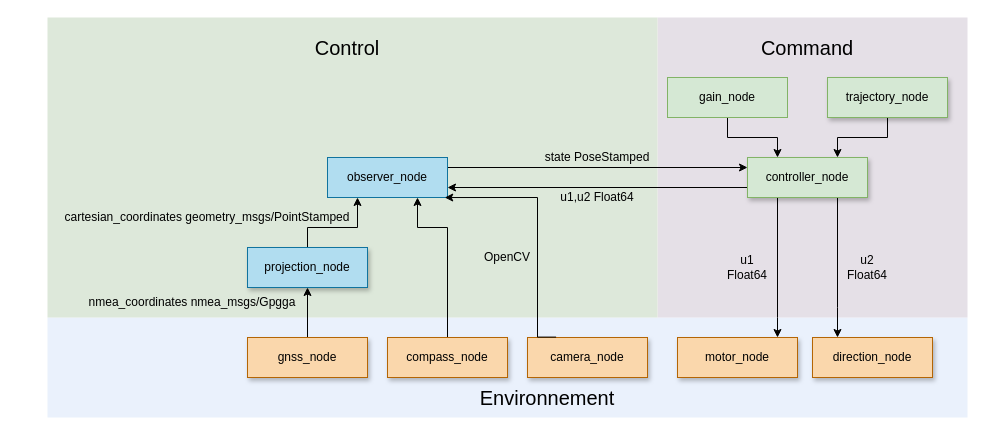
Above: doc/kart.drawio in Jules-Berhault/kart (draw.io), before the change. Source tidied: cells renumbered, new cells numbered last; positions are measured from the earlier drawing's top-left corner, leaving out a move shared by most shapes. Both pictures are drawn from the tidied source at 100%, with x=0, y=0 at pixel (47, 17).
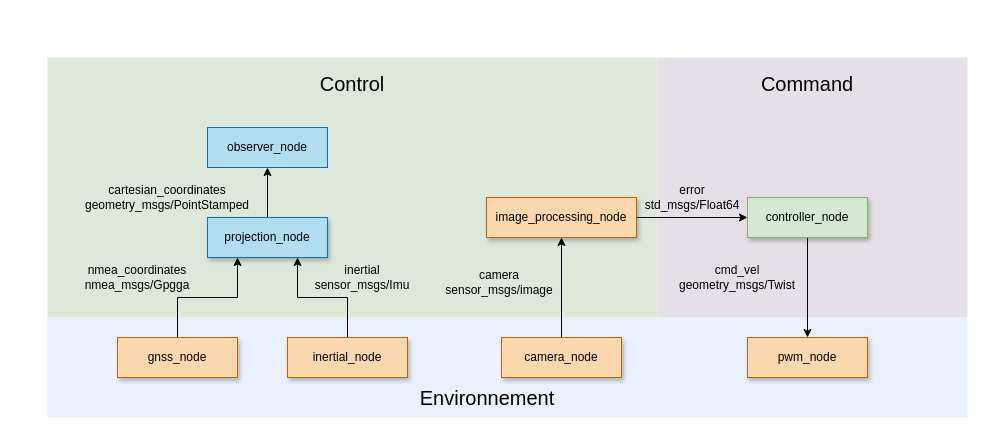
The same diagram, later.

Commit message (it also covers changes not shown here):
Updating the node graph on draw.io and adding an image for the report

Change to the diagram source:
```diff
@@
     <mxCell id="3" style="rounded=0;whiteSpace=wrap;html=1;fillColor=#E5E0E7;strokeColor=none;" parent="1" vertex="1">
-      <mxGeometry x="610" width="310" height="300" as="geometry" />
+      <mxGeometry x="610" y="40" width="310" height="260" as="geometry" />
     </mxCell>
     <mxCell id="4" style="rounded=0;whiteSpace=wrap;html=1;fillColor=#DDE8DA;strokeColor=none;" parent="1" vertex="1">
-      <mxGeometry width="610" height="300" as="geometry" />
+      <mxGeometry y="40" width="610" height="260" as="geometry" />
     </mxCell>
-    <mxCell id="5" style="edgeStyle=orthogonalEdgeStyle;rounded=0;jettySize=auto;html=1;exitX=0.5;exitY=0;exitDx=0;exitDy=0;entryX=0.75;entryY=1;entryDx=0;entryDy=0;" parent="1" edge="1" source="6" target="12">
-      <mxGeometry relative="1" as="geometry">
-        <Array as="points">
-          <mxPoint x="400" y="210" />
-          <mxPoint x="370" y="210" />
-        </Array>
-      </mxGeometry>
-    </mxCell>
+    <mxCell id="35" style="edgeStyle=orthogonalEdgeStyle;rounded=0;jettySize=auto;html=1;exitX=0.5;exitY=0;exitDx=0;exitDy=0;entryX=0.75;entryY=1;entryDx=0;entryDy=0;" parent="1" edge="1" source="6" target="10">
+      <mxGeometry relative="1" as="geometry" />
+    </mxCell>
-    <mxCell id="6" value="compass_node" style="rounded=0;whiteSpace=wrap;html=1;fillColor=#fad7ac;strokeColor=#b46504;shadow=1;" parent="1" vertex="1">
-      <mxGeometry x="340" y="320" width="120" height="40" as="geometry" />
+    <mxCell id="6" value="inertial_node" style="rounded=0;whiteSpace=wrap;html=1;fillColor=#fad7ac;strokeColor=#b46504;shadow=1;" parent="1" vertex="1">
+      <mxGeometry x="240" y="320" width="120" height="40" as="geometry" />
     </mxCell>
-    <mxCell id="7" style="edgeStyle=orthogonalEdgeStyle;rounded=0;jettySize=auto;html=1;exitX=0.5;exitY=0;exitDx=0;exitDy=0;entryX=0.5;entryY=1;entryDx=0;entryDy=0;" parent="1" edge="1" source="8" target="10">
+    <mxCell id="7" style="edgeStyle=orthogonalEdgeStyle;rounded=0;jettySize=auto;html=1;exitX=0.5;exitY=0;exitDx=0;exitDy=0;entryX=0.25;entryY=1;entryDx=0;entryDy=0;" parent="1" edge="1" source="8" target="10">
       <mxGeometry relative="1" as="geometry" />
     </mxCell>
     <mxCell id="8" value="gnss_node" style="rounded=0;whiteSpace=wrap;html=1;fillColor=#fad7ac;strokeColor=#b46504;shadow=1;" parent="1" vertex="1">
-      <mxGeometry x="200" y="320" width="120" height="40" as="geometry" />
+      <mxGeometry x="70" y="320" width="120" height="40" as="geometry" />
     </mxCell>
-    <mxCell id="9" style="edgeStyle=orthogonalEdgeStyle;rounded=0;jettySize=auto;html=1;exitX=0.5;exitY=0;exitDx=0;exitDy=0;entryX=0.25;entryY=1;entryDx=0;entryDy=0;" parent="1" edge="1" source="10" target="12">
-      <mxGeometry relative="1" as="geometry">
-        <Array as="points">
-          <mxPoint x="260" y="210" />
-          <mxPoint x="310" y="210" />
-        </Array>
-      </mxGeometry>
+    <mxCell id="9" style="edgeStyle=orthogonalEdgeStyle;rounded=0;jettySize=auto;html=1;exitX=0.5;exitY=0;exitDx=0;exitDy=0;entryX=0.5;entryY=1;entryDx=0;entryDy=0;" parent="1" edge="1" source="10" target="12">
+      <mxGeometry relative="1" as="geometry" />
     </mxCell>
     <mxCell id="10" value="projection_node" style="rounded=0;whiteSpace=wrap;html=1;fillColor=#b1ddf0;strokeColor=#10739e;shadow=1;" parent="1" vertex="1">
-      <mxGeometry x="200" y="230" width="120" height="40" as="geometry" />
+      <mxGeometry x="160" y="200" width="120" height="40" as="geometry" />
     </mxCell>
-    <mxCell id="11" style="edgeStyle=orthogonalEdgeStyle;rounded=0;jettySize=auto;html=1;exitX=1;exitY=0.25;exitDx=0;exitDy=0;entryX=0;entryY=0.25;entryDx=0;entryDy=0;startArrow=none;startFill=0;endArrow=classic;endFill=1;" parent="1" edge="1" source="12" target="16">
-      <mxGeometry relative="1" as="geometry" />
-    </mxCell>
     <mxCell id="12" value="observer_node" style="rounded=0;whiteSpace=wrap;html=1;fillColor=#b1ddf0;strokeColor=#10739e;" parent="1" vertex="1">
-      <mxGeometry x="280" y="140" width="120" height="40" as="geometry" />
+      <mxGeometry x="160" y="110" width="120" height="40" as="geometry" />
     </mxCell>
-    <mxCell id="13" style="edgeStyle=orthogonalEdgeStyle;rounded=0;jettySize=auto;html=1;exitX=0.25;exitY=1;exitDx=0;exitDy=0;entryX=0.25;entryY=0;entryDx=0;entryDy=0;" parent="1" edge="1" source="16">
-      <mxGeometry relative="1" as="geometry">
-        <mxPoint x="730" y="320" as="targetPoint" />
-        <Array as="points">
-          <mxPoint x="730" y="300" />
-          <mxPoint x="730" y="300" />
-        </Array>
-      </mxGeometry>
-    </mxCell>
-    <mxCell id="14" style="edgeStyle=orthogonalEdgeStyle;rounded=0;jettySize=auto;html=1;exitX=0.75;exitY=1;exitDx=0;exitDy=0;entryX=0.75;entryY=0;entryDx=0;entryDy=0;" parent="1" edge="1" source="16">
-      <mxGeometry relative="1" as="geometry">
-        <mxPoint x="790" y="320" as="targetPoint" />
-        <Array as="points">
-          <mxPoint x="790" y="290" />
-          <mxPoint x="790" y="290" />
-        </Array>
-      </mxGeometry>
-    </mxCell>
-    <mxCell id="15" style="edgeStyle=orthogonalEdgeStyle;rounded=0;jettySize=auto;html=1;exitX=0;exitY=0.75;exitDx=0;exitDy=0;entryX=1;entryY=0.75;entryDx=0;entryDy=0;startArrow=none;startFill=0;endArrow=classic;endFill=1;" parent="1" edge="1" source="16" target="12">
-      <mxGeometry relative="1" as="geometry" />
-    </mxCell>
+    <mxCell id="36" style="edgeStyle=orthogonalEdgeStyle;rounded=0;jettySize=auto;html=1;exitX=0.5;exitY=1;exitDx=0;exitDy=0;" parent="1" edge="1" source="16" target="30">
+      <mxGeometry relative="1" as="geometry" />
+    </mxCell>
     <mxCell id="16" value="controller_node" style="rounded=0;whiteSpace=wrap;html=1;fillColor=#d5e8d4;strokeColor=#82b366;shadow=1;" parent="1" vertex="1">
-      <mxGeometry x="700" y="140" width="120" height="40" as="geometry" />
+      <mxGeometry x="700" y="180" width="120" height="40" as="geometry" />
     </mxCell>
-    <mxCell id="17" style="edgeStyle=orthogonalEdgeStyle;rounded=0;jettySize=auto;html=1;exitX=0.5;exitY=1;exitDx=0;exitDy=0;entryX=0.25;entryY=0;entryDx=0;entryDy=0;startArrow=none;startFill=0;endArrow=classic;endFill=1;" parent="1" edge="1" source="18" target="16">
-      <mxGeometry relative="1" as="geometry">
-        <Array as="points">
-          <mxPoint x="680" y="120" />
-          <mxPoint x="730" y="120" />
-        </Array>
-      </mxGeometry>
-    </mxCell>
-    <mxCell id="18" value="gain_node" style="rounded=0;whiteSpace=wrap;html=1;fillColor=#d5e8d4;strokeColor=#82b366;" parent="1" vertex="1">
-      <mxGeometry x="620" y="60" width="120" height="40" as="geometry" />
-    </mxCell>
-    <mxCell id="19" style="edgeStyle=orthogonalEdgeStyle;rounded=0;jettySize=auto;html=1;exitX=0.5;exitY=1;exitDx=0;exitDy=0;entryX=0.75;entryY=0;entryDx=0;entryDy=0;startArrow=none;startFill=0;endArrow=classic;endFill=1;" parent="1" edge="1" source="20" target="16">
-      <mxGeometry relative="1" as="geometry">
-        <Array as="points">
-          <mxPoint x="840" y="120" />
-          <mxPoint x="790" y="120" />
-        </Array>
-      </mxGeometry>
-    </mxCell>
-    <mxCell id="20" value="trajectory_node" style="rounded=0;whiteSpace=wrap;html=1;fillColor=#d5e8d4;strokeColor=#82b366;shadow=1;" parent="1" vertex="1">
-      <mxGeometry x="780" y="60" width="120" height="40" as="geometry" />
-    </mxCell>
     <mxCell id="21" value="&lt;font style=&quot;font-size: 20px&quot;&gt;Control&lt;/font&gt;" style="text;html=1;strokeColor=none;fillColor=none;align=center;verticalAlign=middle;whiteSpace=wrap;rounded=0;" parent="1" vertex="1">
-      <mxGeometry x="280" y="20" width="40" height="20" as="geometry" />
+      <mxGeometry x="285" y="56" width="40" height="20" as="geometry" />
     </mxCell>
     <mxCell id="22" value="&lt;font style=&quot;font-size: 20px&quot;&gt;Command&lt;br&gt;&lt;/font&gt;" style="text;html=1;strokeColor=none;fillColor=none;align=center;verticalAlign=middle;whiteSpace=wrap;rounded=0;" parent="1" vertex="1">
-      <mxGeometry x="740" y="20" width="40" height="20" as="geometry" />
+      <mxGeometry x="740" y="56" width="40" height="20" as="geometry" />
     </mxCell>
     <mxCell id="23" value="&lt;font style=&quot;font-size: 20px&quot;&gt;Environnement&lt;/font&gt;" style="text;html=1;strokeColor=none;fillColor=none;align=center;verticalAlign=middle;whiteSpace=wrap;rounded=0;" parent="1" vertex="1">
-      <mxGeometry x="480" y="370" width="40" height="20" as="geometry" />
+      <mxGeometry x="420" y="370" width="40" height="20" as="geometry" />
     </mxCell>
-    <mxCell id="24" value="state PoseStamped" style="text;html=1;strokeColor=none;fillColor=none;align=center;verticalAlign=middle;whiteSpace=wrap;rounded=0;" parent="1" vertex="1">
-      <mxGeometry x="445" y="130" width="210" height="20" as="geometry" />
-    </mxCell>
-    <mxCell id="25" value="u1 Float64" style="text;html=1;strokeColor=none;fillColor=none;align=center;verticalAlign=middle;whiteSpace=wrap;rounded=0;" parent="1" vertex="1">
-      <mxGeometry x="680" y="240" width="40" height="20" as="geometry" />
+    <mxCell id="25" value="cmd_vel&lt;br&gt;geometry_msgs/Twist" style="text;html=1;strokeColor=none;fillColor=none;align=center;verticalAlign=middle;whiteSpace=wrap;rounded=0;" parent="1" vertex="1">
+      <mxGeometry x="670" y="250" width="40" height="20" as="geometry" />
     </mxCell>
-    <mxCell id="26" value="u2 Float64" style="text;html=1;strokeColor=none;fillColor=none;align=center;verticalAlign=middle;whiteSpace=wrap;rounded=0;" parent="1" vertex="1">
-      <mxGeometry x="800" y="240" width="40" height="20" as="geometry" />
-    </mxCell>
-    <mxCell id="27" value="u1,u2 Float64" style="text;html=1;strokeColor=none;fillColor=none;align=center;verticalAlign=middle;whiteSpace=wrap;rounded=0;" parent="1" vertex="1">
-      <mxGeometry x="485" y="170" width="130" height="20" as="geometry" />
-    </mxCell>
-    <mxCell id="28" value="nmea_coordinates nmea_msgs/Gpgga" style="text;html=1;strokeColor=none;fillColor=none;align=center;verticalAlign=middle;whiteSpace=wrap;rounded=0;" parent="1" vertex="1">
-      <mxGeometry x="40" y="275" width="210" height="20" as="geometry" />
+    <mxCell id="28" value="nmea_coordinates&lt;br&gt;nmea_msgs/Gpgga" style="text;html=1;strokeColor=none;fillColor=none;align=center;verticalAlign=middle;whiteSpace=wrap;rounded=0;" parent="1" vertex="1">
+      <mxGeometry x="-15" y="250" width="210" height="20" as="geometry" />
     </mxCell>
-    <mxCell id="29" value="cartesian_coordinates geometry_msgs/PointStamped" style="text;html=1;strokeColor=none;fillColor=none;align=center;verticalAlign=middle;whiteSpace=wrap;rounded=0;" parent="1" vertex="1">
-      <mxGeometry x="10" y="190" width="300" height="20" as="geometry" />
+    <mxCell id="29" value="cartesian_coordinates&lt;br&gt;geometry_msgs/PointStamped" style="text;html=1;strokeColor=none;fillColor=none;align=center;verticalAlign=middle;whiteSpace=wrap;rounded=0;" parent="1" vertex="1">
+      <mxGeometry x="-30" y="170" width="300" height="20" as="geometry" />
     </mxCell>
-    <mxCell id="30" value="motor_node" style="rounded=0;whiteSpace=wrap;html=1;fillColor=#fad7ac;strokeColor=#b46504;shadow=1;" parent="1" vertex="1">
-      <mxGeometry x="630" y="320" width="120" height="40" as="geometry" />
+    <mxCell id="30" value="pwm_node" style="rounded=0;whiteSpace=wrap;html=1;fillColor=#fad7ac;strokeColor=#b46504;shadow=1;" parent="1" vertex="1">
+      <mxGeometry x="700" y="320" width="120" height="40" as="geometry" />
     </mxCell>
-    <mxCell id="31" value="direction_node" style="rounded=0;whiteSpace=wrap;html=1;fillColor=#fad7ac;strokeColor=#b46504;shadow=1;" parent="1" vertex="1">
-      <mxGeometry x="765" y="320" width="120" height="40" as="geometry" />
-    </mxCell>
+    <mxCell id="37" style="edgeStyle=orthogonalEdgeStyle;rounded=0;jettySize=auto;html=1;exitX=0.5;exitY=0;exitDx=0;exitDy=0;entryX=0.5;entryY=1;entryDx=0;entryDy=0;" parent="1" edge="1" source="32" target="39">
+      <mxGeometry relative="1" as="geometry" />
+    </mxCell>
     <mxCell id="32" value="camera_node" style="rounded=0;whiteSpace=wrap;html=1;fillColor=#fad7ac;strokeColor=#b46504;shadow=1;" parent="1" vertex="1">
-      <mxGeometry x="480" y="320" width="120" height="40" as="geometry" />
+      <mxGeometry x="454" y="320" width="120" height="40" as="geometry" />
     </mxCell>
-    <mxCell id="33" style="edgeStyle=orthogonalEdgeStyle;rounded=0;jettySize=auto;html=1;exitX=0.5;exitY=0;exitDx=0;exitDy=0;entryX=0.977;entryY=1.001;entryDx=0;entryDy=0;entryPerimeter=0;" parent="1" edge="1" target="12">
-      <mxGeometry relative="1" as="geometry">
-        <mxPoint x="508.6" y="319.6" as="sourcePoint" />
-        <Array as="points">
-          <mxPoint x="490" y="320" />
-          <mxPoint x="490" y="180" />
-        </Array>
-      </mxGeometry>
-    </mxCell>
-    <mxCell id="34" value="OpenCV" style="text;html=1;strokeColor=none;fillColor=none;align=center;verticalAlign=middle;whiteSpace=wrap;rounded=0;" parent="1" vertex="1">
-      <mxGeometry x="355" y="230" width="210" height="20" as="geometry" />
-    </mxCell>
+    <mxCell id="38" style="edgeStyle=orthogonalEdgeStyle;rounded=0;jettySize=auto;html=1;exitX=1;exitY=0.5;exitDx=0;exitDy=0;entryX=0;entryY=0.5;entryDx=0;entryDy=0;" parent="1" edge="1" source="39" target="16">
+      <mxGeometry relative="1" as="geometry" />
+    </mxCell>
+    <mxCell id="39" value="image_processing_node" style="rounded=0;whiteSpace=wrap;html=1;fillColor=#fad7ac;strokeColor=#b46504;shadow=1;" parent="1" vertex="1">
+      <mxGeometry x="439" y="180" width="150" height="40" as="geometry" />
+    </mxCell>
+    <mxCell id="40" value="error&lt;br&gt;std_msgs/Float64" style="text;html=1;strokeColor=none;fillColor=none;align=center;verticalAlign=middle;whiteSpace=wrap;rounded=0;" parent="1" vertex="1">
+      <mxGeometry x="620" y="170" width="50" height="20" as="geometry" />
+    </mxCell>
+    <mxCell id="41" style="edgeStyle=orthogonalEdgeStyle;rounded=0;orthogonalLoop=1;jettySize=auto;html=1;exitX=0.5;exitY=1;exitDx=0;exitDy=0;" parent="1" edge="1" source="25" target="25">
+      <mxGeometry relative="1" as="geometry" />
+    </mxCell>
+    <mxCell id="42" value="camera&lt;br&gt;sensor_msgs/image" style="text;html=1;strokeColor=none;fillColor=none;align=center;verticalAlign=middle;whiteSpace=wrap;rounded=0;" parent="1" vertex="1">
+      <mxGeometry x="384" y="255" width="136" height="20" as="geometry" />
+    </mxCell>
+    <mxCell id="43" value="inertial&lt;br&gt;sensor_msgs/Imu" style="text;html=1;strokeColor=none;fillColor=none;align=center;verticalAlign=middle;whiteSpace=wrap;rounded=0;" parent="1" vertex="1">
+      <mxGeometry x="210" y="250" width="210" height="20" as="geometry" />
+    </mxCell>
```
